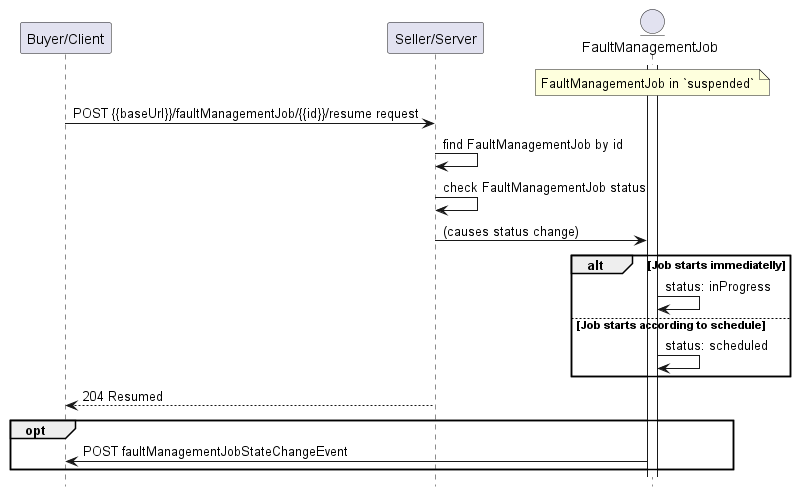
MEF-GIT/MEF-LSO-Legato-SDK keeps this PlantUML diagram as documentation/serviceApi/fm/media/useCase11.png. Above is the earlier version.
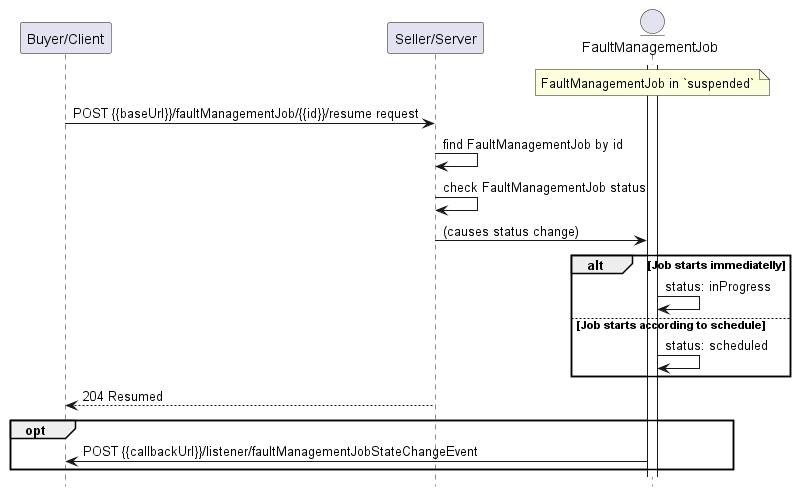
After the change.

Change to the diagram source:
```diff
@@ -24,7 +24,7 @@
 B <-- S : 204 Resumed
 
 opt
-    FJ -> B: POST faultManagementJobStateChangeEvent
+    FJ -> B: POST {{callbackUrl}}/listener/faultManagementJobStateChangeEvent
 end
 
 @enduml
```
